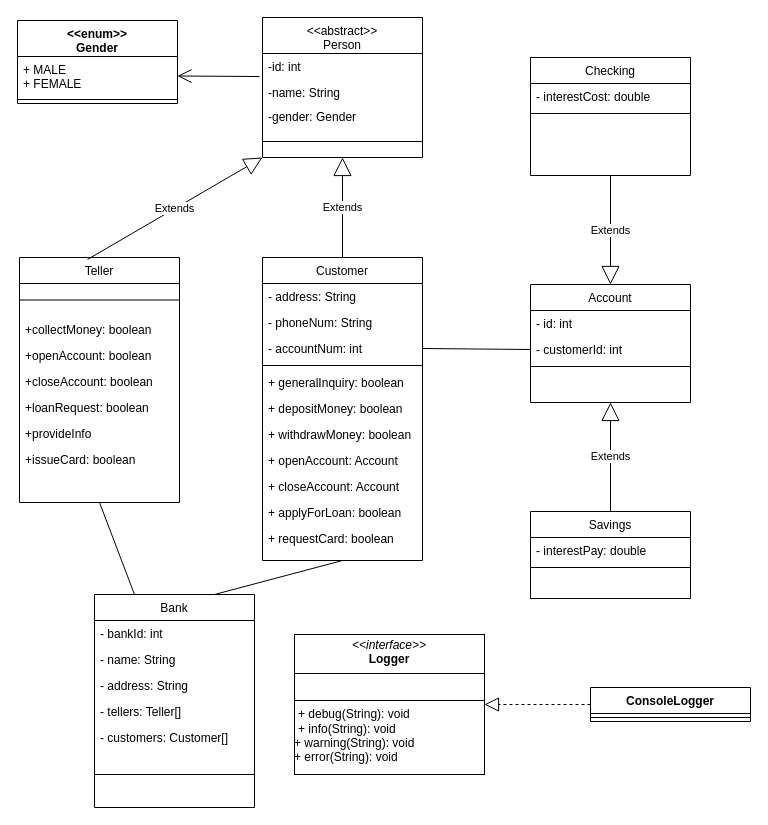
Above: examples/simple_class_diagram.drawio in michelmbem/DrawioCodeGenerator (draw.io), before the change. Source tidied: cells renumbered, new cells numbered last; positions are measured from the earlier drawing's top-left corner, leaving out a move shared by most shapes. Both pictures are drawn from the tidied source at 100%, with x=0, y=0 at pixel (17, 17).
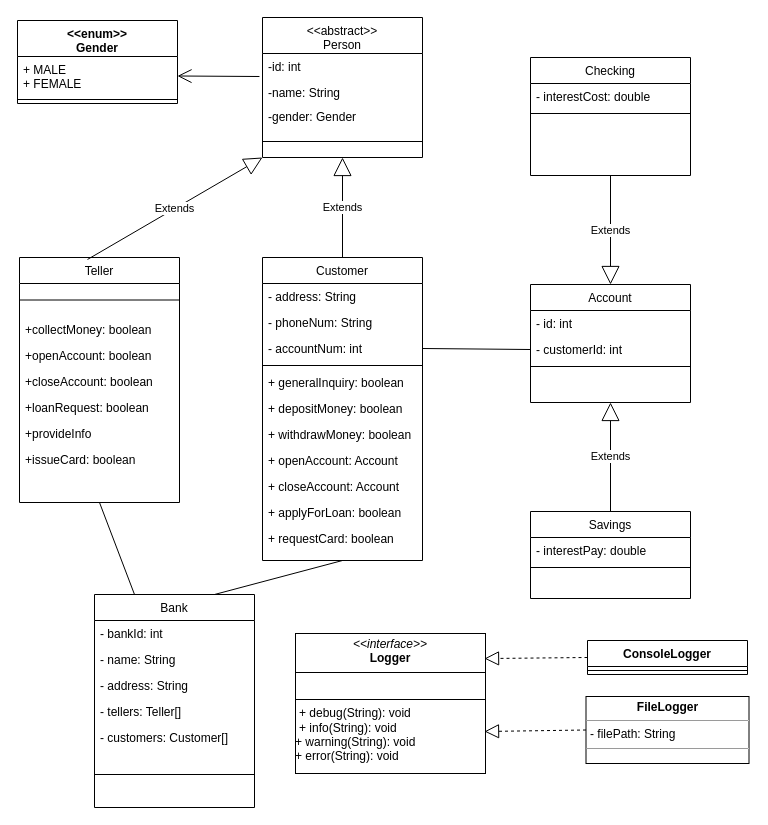
Above is the later version.

The edit, as a diff of the source:
```diff
@@
     <mxCell id="55" value="&lt;p style=&quot;margin:0px;margin-top:4px;text-align:center;&quot;&gt;&lt;i&gt;&amp;lt;&amp;lt;interface&amp;gt;&amp;gt;&lt;/i&gt;&lt;br&gt;&lt;b&gt;Logger&lt;/b&gt;&lt;/p&gt;&lt;hr size=&quot;1&quot; style=&quot;border-style:solid;&quot;&gt;&lt;p style=&quot;margin:0px;margin-left:4px;&quot;&gt;&lt;br&gt;&lt;/p&gt;&lt;hr size=&quot;1&quot; style=&quot;border-style:solid;&quot;&gt;&lt;p style=&quot;margin:0px;margin-left:4px;&quot;&gt;+ debug(String): void&lt;br&gt;+ info(String): void&lt;/p&gt;+ warning(String): void&lt;br&gt;+ error(String): void" style="verticalAlign=top;align=left;overflow=fill;html=1;whiteSpace=wrap;" parent="1" vertex="1">
-      <mxGeometry x="277" y="617" width="190" height="140" as="geometry" />
+      <mxGeometry x="278" y="616" width="190" height="140" as="geometry" />
     </mxCell>
     <mxCell id="56" value="ConsoleLogger" style="swimlane;fontStyle=1;align=center;verticalAlign=top;horizontal=1;startSize=26;whiteSpace=wrap;html=1;" parent="1" vertex="1">
-      <mxGeometry x="573" y="670" width="160" height="34" as="geometry" />
+      <mxGeometry x="570" y="623" width="160" height="34" as="geometry" />
     </mxCell>
@@
-    <mxCell id="58" style="endArrow=block;dashed=1;endFill=0;endSize=12;html=1;rounded=0;exitX=0;exitY=0.5;exitDx=0;exitDy=0;" parent="1" edge="1" source="56" target="55">
+    <mxCell id="58" style="endArrow=block;dashed=1;endFill=0;endSize=12;html=1;rounded=0;exitX=0;exitY=0.5;exitDx=0;exitDy=0;entryX=0.995;entryY=0.179;entryDx=0;entryDy=0;entryPerimeter=0;" parent="1" edge="1" source="56" target="55">
       <mxGeometry relative="1" as="geometry" />
     </mxCell>
+    <mxCell id="59" value="&lt;p style=&quot;margin:0px;margin-top:4px;text-align:center;&quot;&gt;&lt;b&gt;FileLogger&lt;/b&gt;&lt;/p&gt;&lt;hr size=&quot;1&quot;&gt;&lt;p style=&quot;margin:0px;margin-left:4px;&quot;&gt;- filePath: String&lt;/p&gt;&lt;hr size=&quot;1&quot;&gt;&lt;p style=&quot;margin:0px;margin-left:4px;&quot;&gt;&lt;br&gt;&lt;/p&gt;" style="verticalAlign=top;align=left;overflow=fill;fontSize=12;fontFamily=Helvetica;html=1;" parent="1" vertex="1">
+      <mxGeometry x="568.5" y="679" width="163" height="67" as="geometry" />
+    </mxCell>
+    <mxCell id="60" style="endArrow=block;dashed=1;endFill=0;endSize=12;html=1;exitX=0;exitY=0.5;exitDx=0;exitDy=0;entryX=0.995;entryY=0.7;entryDx=0;entryDy=0;entryPerimeter=0;" parent="1" edge="1" source="59" target="55">
+      <mxGeometry relative="1" as="geometry" />
+    </mxCell>
```
